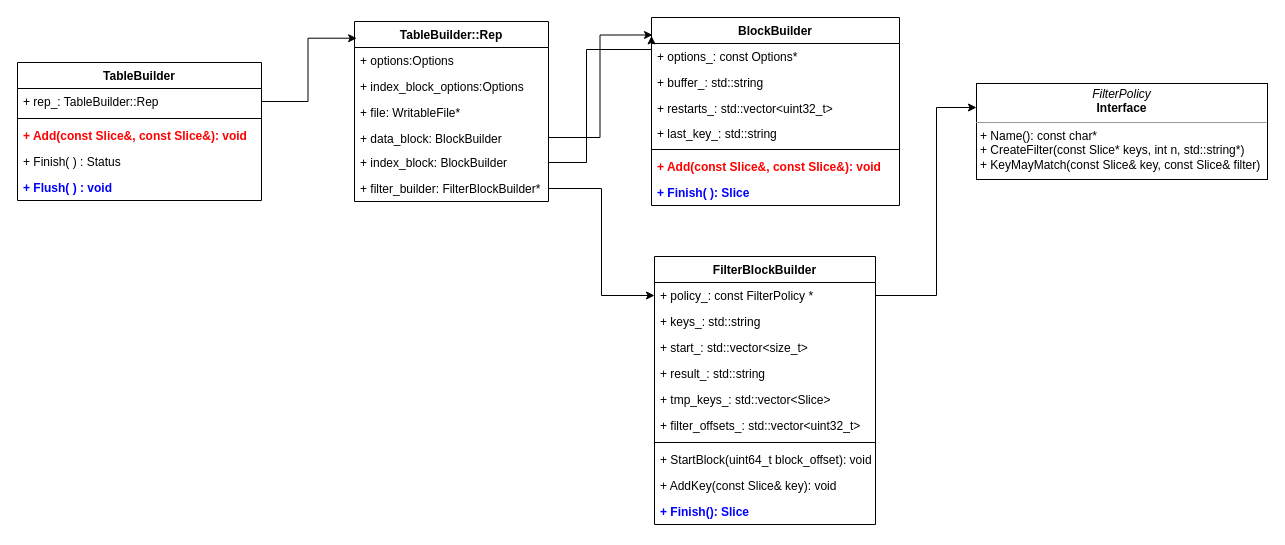
The draw.io diagram page "第 2 页" (2 of 3) of LevelDB Code.drawio in Holworth/DrawIO, before the edit. Source tidied: cells renumbered, new cells numbered last; positions are measured from the earlier drawing's top-left corner, leaving out a move shared by most shapes. Both pictures are drawn from the tidied source at 100%, with x=0, y=0 at pixel (17, 17).
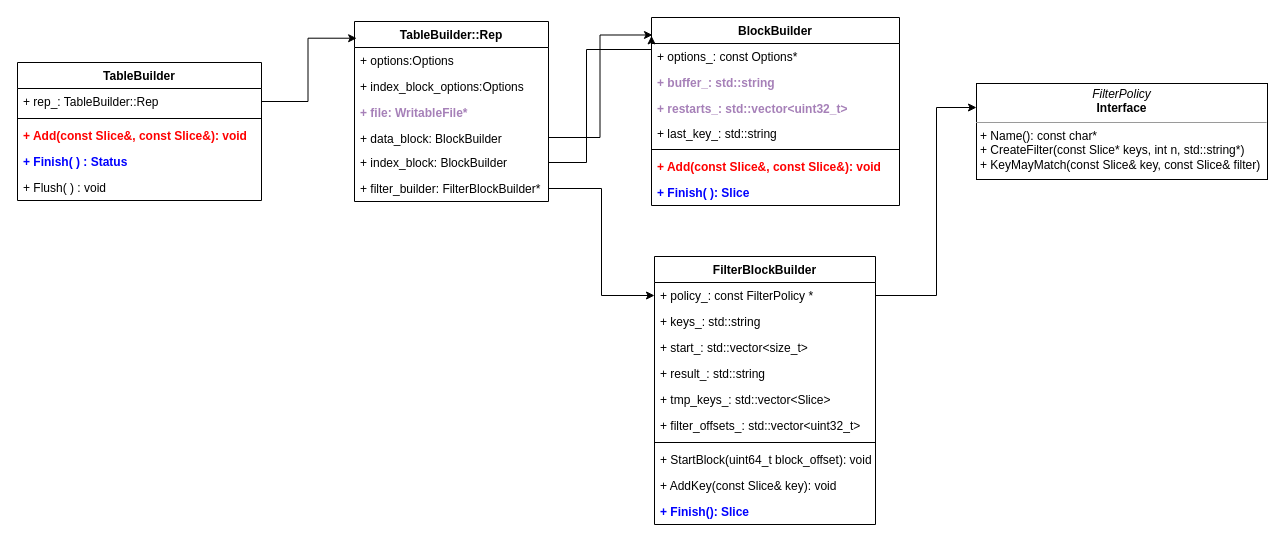
Above is the later version.

The change refers to these unchanged cells:
```xml
<mxCell id="2" value="TableBuilder" style="swimlane;fontStyle=1;align=center;verticalAlign=top;horizontal=1;startSize=26;" parent="1" vertex="1">
  <mxGeometry y="45" width="244" height="138" as="geometry" />
</mxCell>
<mxCell id="8" value="TableBuilder::Rep" style="swimlane;fontStyle=1;horizontal=1;startSize=26;fillColor=none;" parent="1" vertex="1">
  <mxGeometry x="337" y="4" width="194" height="180" as="geometry" />
</mxCell>
<mxCell id="16" value="BlockBuilder" style="swimlane;fontStyle=1;align=center;verticalAlign=top;horizontal=1;startSize=26;" parent="1" vertex="1">
  <mxGeometry x="634" width="248" height="188" as="geometry" />
</mxCell>
```

What changed in the source:
```diff
@@
-    <mxCell id="6" value="+ Finish( ) : Status" style="text;strokeColor=none;fillColor=none;align=left;verticalAlign=top;spacingLeft=4;spacingRight=4;overflow=hidden;" parent="2" vertex="1">
+    <mxCell id="6" value="+ Finish( ) : Status" style="text;strokeColor=none;fillColor=none;align=left;verticalAlign=top;spacingLeft=4;spacingRight=4;overflow=hidden;fontStyle=1;fontColor=#0000FF;" parent="2" vertex="1">
       <mxGeometry y="86" width="244" height="26" as="geometry" />
     </mxCell>
-    <mxCell id="7" value="+ Flush( ) : void" style="text;strokeColor=none;fillColor=none;align=left;verticalAlign=top;spacingLeft=4;spacingRight=4;overflow=hidden;fontStyle=1;fontColor=#0000FF;" parent="2" vertex="1">
+    <mxCell id="7" value="+ Flush( ) : void" style="text;strokeColor=none;fillColor=none;align=left;verticalAlign=top;spacingLeft=4;spacingRight=4;overflow=hidden;fontStyle=0;fontColor=#000000;" parent="2" vertex="1">
       <mxGeometry y="112" width="244" height="26" as="geometry" />
     </mxCell>
@@
-    <mxCell id="11" value="+ file: WritableFile*" style="text;strokeColor=none;fillColor=none;align=left;verticalAlign=top;spacingLeft=4;spacingRight=4;overflow=hidden;" parent="8" vertex="1">
+    <mxCell id="11" value="+ file: WritableFile*" style="text;strokeColor=none;fillColor=none;align=left;verticalAlign=top;spacingLeft=4;spacingRight=4;overflow=hidden;fontColor=#A680B8;fontStyle=1;" parent="8" vertex="1">
       <mxGeometry y="78" width="194" height="26" as="geometry" />
     </mxCell>
@@
-    <mxCell id="18" value="+ buffer_: std::string" style="text;strokeColor=none;fillColor=none;align=left;verticalAlign=top;spacingLeft=4;spacingRight=4;overflow=hidden;" parent="16" vertex="1">
+    <mxCell id="18" value="+ buffer_: std::string" style="text;strokeColor=none;fillColor=none;align=left;verticalAlign=top;spacingLeft=4;spacingRight=4;overflow=hidden;fontColor=#A680B8;fontStyle=1;" parent="16" vertex="1">
       <mxGeometry y="52" width="248" height="26" as="geometry" />
     </mxCell>
-    <mxCell id="19" value="+ restarts_: std::vector&lt;uint32_t&gt;" style="text;strokeColor=none;fillColor=none;align=left;verticalAlign=top;spacingLeft=4;spacingRight=4;overflow=hidden;" parent="16" vertex="1">
+    <mxCell id="19" value="+ restarts_: std::vector&lt;uint32_t&gt;" style="text;strokeColor=none;fillColor=none;align=left;verticalAlign=top;spacingLeft=4;spacingRight=4;overflow=hidden;fontColor=#A680B8;fontStyle=1;" parent="16" vertex="1">
       <mxGeometry y="78" width="248" height="25" as="geometry" />
     </mxCell>
```
